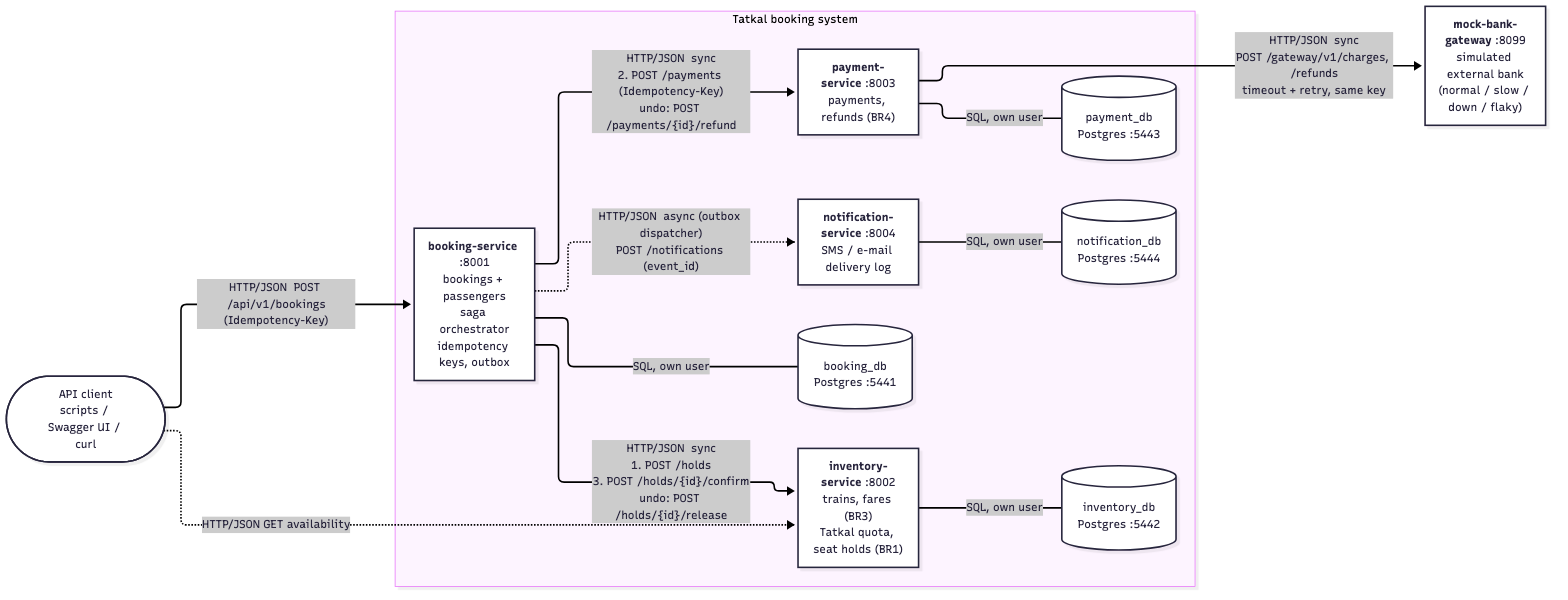
Before: docs/diagrams/component.png, a diagram exported from Mermaid (spaceman-dev/tatkal-booking-microservices). Its source is kept beside it as docs/diagrams/component.mmd.
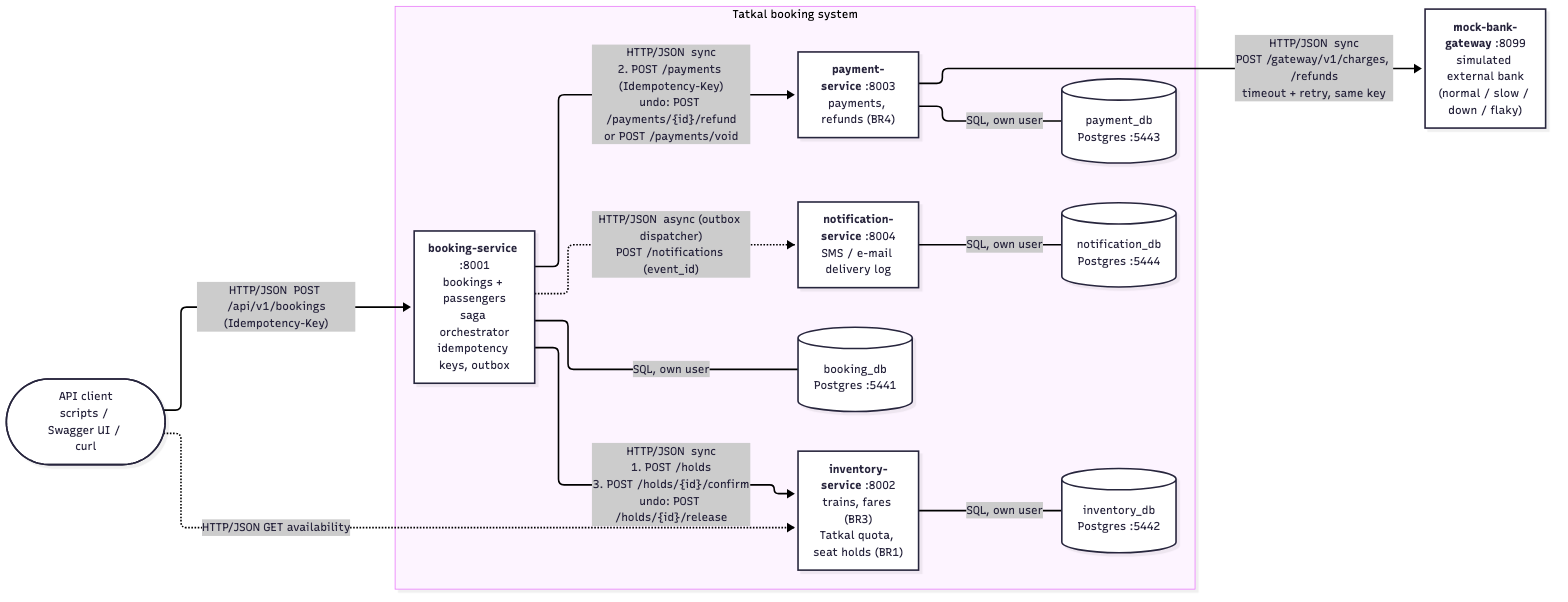
After the change.

The edit, as a diff of the source:
```diff
@@ -20,7 +20,7 @@
     client -. "HTTP/JSON  GET availability" .-> inventory
 
     booking -- "HTTP/JSON  sync<br/>1. POST /holds<br/>3. POST /holds/{id}/confirm<br/>undo: POST /holds/{id}/release" --> inventory
-    booking -- "HTTP/JSON  sync<br/>2. POST /payments (Idempotency-Key)<br/>undo: POST /payments/{id}/refund" --> payment
+    booking -- "HTTP/JSON  sync<br/>2. POST /payments (Idempotency-Key)<br/>undo: POST /payments/{id}/refund<br/>or POST /payments/void" --> payment
     payment -- "HTTP/JSON  sync<br/>POST /gateway/v1/charges, /refunds<br/>timeout + retry, same key" --> gateway
     booking -. "HTTP/JSON  async (outbox dispatcher)<br/>POST /notifications (event_id)" .-> notification
 
```
